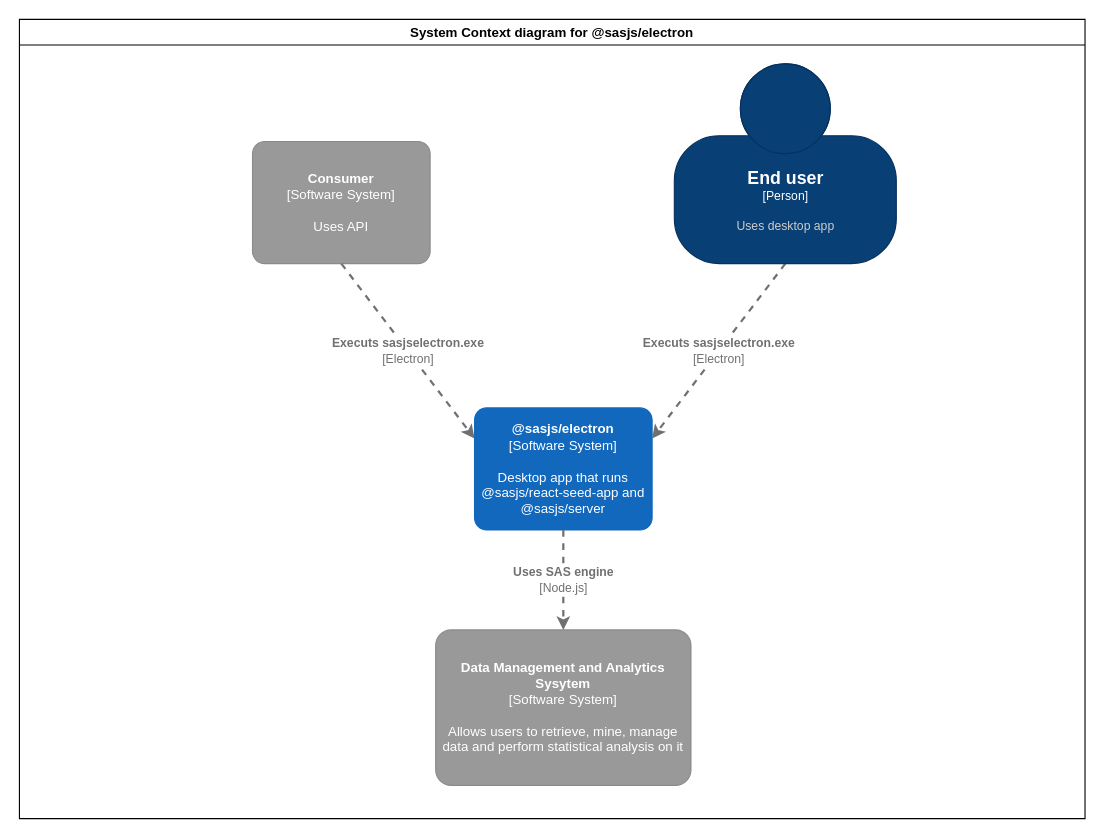
Earlier version of the draw.io diagram page "Context" (2 of 3) of c4model.drawio (sasjs/electron). Source tidied: cells renumbered, new cells numbered last; positions are measured from the earlier drawing's top-left corner, leaving out a move shared by most shapes. Both pictures are drawn from the tidied source at 111%, with x=0, y=0 at pixel (19, 19).
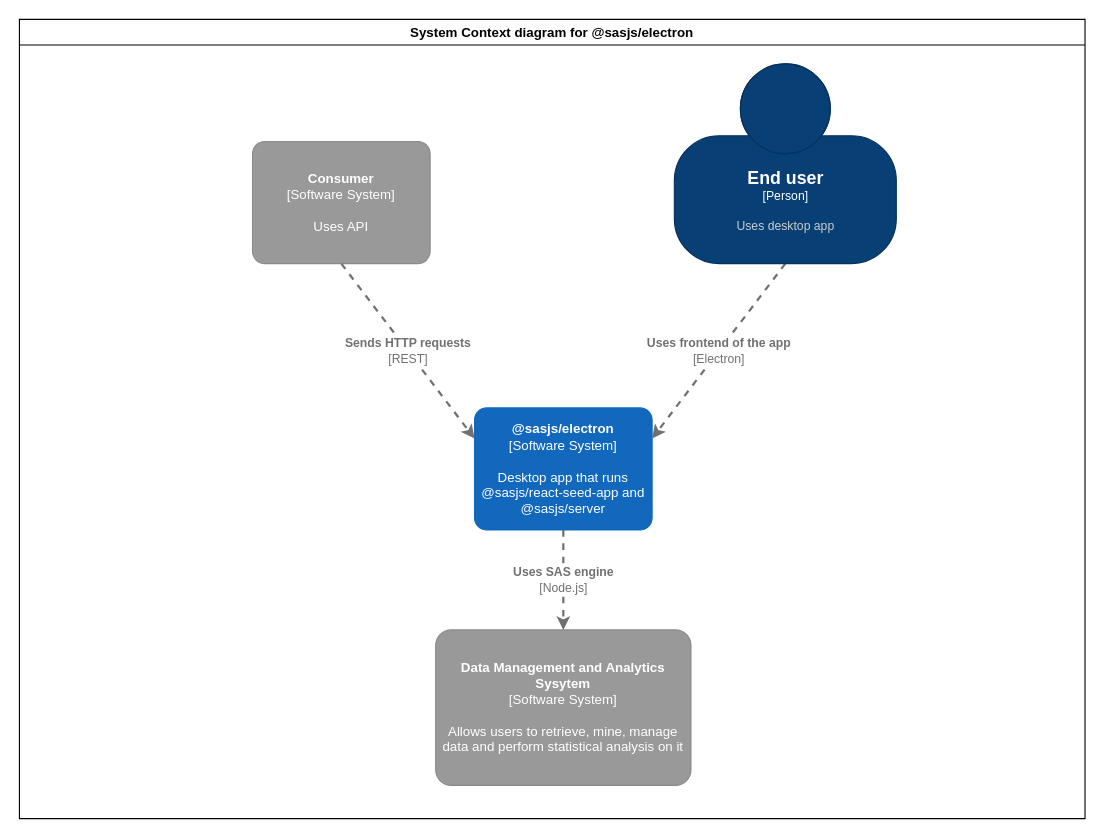
After the change.

Diff of the diagram source:
```diff
@@
 <mxGraphModel>
   <root>
     <mxCell id="0" />
     <mxCell id="1" parent="0" />
     <mxCell id="2" value="System Context diagram for @sasjs/electron" style="swimlane;" parent="1" vertex="1">
       <mxGeometry width="960" height="720" as="geometry" />
     </mxCell>
     <object id="3" label="&lt;b&gt;%c4Name%&lt;/b&gt;&lt;div&gt;[%c4Type%]&lt;/div&gt;&lt;br&gt;&lt;div&gt;%c4Description%&lt;/div&gt;" c4Description="Desktop app that runs @sasjs/react-seed-app and @sasjs/server" c4Name="@sasjs/electron" c4Type="Software System" placeholders="1">
       <mxCell style="rounded=1;whiteSpace=wrap;html=1;labelBackgroundColor=none;fillColor=#1168BD;fontColor=#ffffff;align=center;arcSize=10;strokeColor=#1168BD;metaData={&quot;c4Type&quot;:{&quot;editable&quot;:false}};points=[[0.25,0,0],[0.5,0,0],[0.75,0,0],[1,0.25,0],[1,0.5,0],[1,0.75,0],[0.75,1,0],[0.5,1,0],[0.25,1,0],[0,0.75,0],[0,0.5,0],[0,0.25,0]];" parent="2" vertex="1">
         <mxGeometry x="410" y="350" width="160" height="110" as="geometry" />
       </mxCell>
     </object>
-    <object id="4" label="&lt;div style=&quot;text-align: left&quot;&gt;&lt;div style=&quot;text-align: center&quot;&gt;&lt;b&gt;%c4Description%&lt;/b&gt;&lt;/div&gt;&lt;div style=&quot;text-align: center&quot;&gt;[%c4Technology%]&lt;/div&gt;&lt;/div&gt;" c4Description="Executs sasjselectron.exe" c4Technology="Electron" placeholders="1">
+    <object id="4" label="&lt;div style=&quot;text-align: left&quot;&gt;&lt;div style=&quot;text-align: center&quot;&gt;&lt;b&gt;%c4Description%&lt;/b&gt;&lt;/div&gt;&lt;div style=&quot;text-align: center&quot;&gt;[%c4Technology%]&lt;/div&gt;&lt;/div&gt;" c4Description="Uses frontend of the app" c4Technology="Electron" placeholders="1">
       <mxCell style="edgeStyle=none;rounded=0;html=1;jettySize=auto;strokeColor=#707070;strokeWidth=2;fontColor=#707070;jumpStyle=none;dashed=1;metaData={&quot;c4Type&quot;:{&quot;editable&quot;:false}};exitX=0.5;exitY=1;exitDx=0;exitDy=0;exitPerimeter=0;entryX=1;entryY=0.25;entryDx=0;entryDy=0;entryPerimeter=0;" parent="2" edge="1" source="5" target="3">
         <mxGeometry relative="1" as="geometry" />
       </mxCell>
     </object>
     <object id="5" label="&lt;font style=&quot;font-size: 16px&quot;&gt;&lt;b&gt;%c4Name%&lt;/b&gt;&lt;/font&gt;&lt;div&gt;[%c4Type%]&lt;/div&gt;&lt;br&gt;&lt;div&gt;&lt;font style=&quot;font-size: 11px&quot;&gt;&lt;font color=&quot;#cccccc&quot;&gt;%c4Description%&lt;/font&gt;&lt;/div&gt;" c4Description="Uses desktop app" c4Name="End user" c4Type="Person" placeholders="1">
       <mxCell style="html=1;fontSize=11;dashed=0;whitespace=wrap;fillColor=#083F75;strokeColor=#06315C;fontColor=#ffffff;shape=mxgraph.c4.person2;align=center;points=[[0.5,0,0],[1,0.5,0],[1,0.75,0],[0.75,1,0],[0.5,1,0],[0.25,1,0],[0,0.75,0],[0,0.5,0]];" parent="2" vertex="1">
         <mxGeometry x="590" y="40" width="200" height="180" as="geometry" />
       </mxCell>
     </object>
     <object id="6" label="&lt;b&gt;%c4Name%&lt;/b&gt;&lt;div&gt;[%c4Type%]&lt;/div&gt;&lt;br&gt;&lt;div&gt;%c4Description%&lt;/div&gt;" c4Description="Uses API" c4Name="Consumer" c4Type="Software System" placeholders="1">
       <mxCell style="rounded=1;whiteSpace=wrap;html=1;labelBackgroundColor=none;fillColor=#999999;fontColor=#ffffff;align=center;arcSize=10;strokeColor=#8A8A8A;metaData={&quot;c4Type&quot;:{&quot;editable&quot;:false}};points=[[0.25,0,0],[0.5,0,0],[0.75,0,0],[1,0.25,0],[1,0.5,0],[1,0.75,0],[0.75,1,0],[0.5,1,0],[0.25,1,0],[0,0.75,0],[0,0.5,0],[0,0.25,0]];" parent="2" vertex="1">
         <mxGeometry x="210" y="110" width="160" height="110" as="geometry" />
       </mxCell>
     </object>
-    <object id="7" label="&lt;div style=&quot;text-align: left&quot;&gt;&lt;div style=&quot;text-align: center&quot;&gt;&lt;b&gt;%c4Description%&lt;/b&gt;&lt;/div&gt;&lt;div style=&quot;text-align: center&quot;&gt;[%c4Technology%]&lt;/div&gt;&lt;/div&gt;" c4Description="Executs sasjselectron.exe" c4Technology="Electron" placeholders="1">
+    <object id="7" label="&lt;div style=&quot;text-align: left&quot;&gt;&lt;div style=&quot;text-align: center&quot;&gt;&lt;b&gt;%c4Description%&lt;/b&gt;&lt;/div&gt;&lt;div style=&quot;text-align: center&quot;&gt;[%c4Technology%]&lt;/div&gt;&lt;/div&gt;" c4Description="Sends HTTP requests" c4Technology="REST" placeholders="1">
       <mxCell style="edgeStyle=none;rounded=0;html=1;jettySize=auto;strokeColor=#707070;strokeWidth=2;fontColor=#707070;jumpStyle=none;dashed=1;metaData={&quot;c4Type&quot;:{&quot;editable&quot;:false}};entryX=0;entryY=0.25;entryDx=0;entryDy=0;entryPerimeter=0;exitX=0.5;exitY=1;exitDx=0;exitDy=0;exitPerimeter=0;" parent="2" edge="1" source="6" target="3">
         <mxGeometry relative="1" as="geometry" />
       </mxCell>
     </object>
     <object id="8" label="&lt;b&gt;%c4Name%&lt;/b&gt;&lt;div&gt;[%c4Type%]&lt;/div&gt;&lt;br&gt;&lt;div&gt;%c4Description%&lt;/div&gt;" c4Description="Allows users to retrieve, mine, manage data and perform statistical analysis on it" c4Name="Data Management and Analytics Sysytem" c4Type="Software System" placeholders="1">
       <mxCell style="rounded=1;whiteSpace=wrap;html=1;labelBackgroundColor=none;fillColor=#999999;fontColor=#ffffff;align=center;arcSize=10;strokeColor=#8A8A8A;metaData={&quot;c4Type&quot;:{&quot;editable&quot;:false}};points=[[0.25,0,0],[0.5,0,0],[0.75,0,0],[1,0.25,0],[1,0.5,0],[1,0.75,0],[0.75,1,0],[0.5,1,0],[0.25,1,0],[0,0.75,0],[0,0.5,0],[0,0.25,0]];" parent="2" vertex="1">
         <mxGeometry x="375" y="550" width="230" height="140" as="geometry" />
       </mxCell>
     </object>
     <object id="9" label="&lt;div style=&quot;text-align: left&quot;&gt;&lt;div style=&quot;text-align: center&quot;&gt;&lt;b&gt;%c4Description%&lt;/b&gt;&lt;/div&gt;&lt;div style=&quot;text-align: center&quot;&gt;[%c4Technology%]&lt;/div&gt;&lt;/div&gt;" c4Description="Uses SAS engine" c4Technology="Node.js" placeholders="1">
       <mxCell style="edgeStyle=none;rounded=0;html=1;jettySize=auto;strokeColor=#707070;strokeWidth=2;fontColor=#707070;jumpStyle=none;dashed=1;metaData={&quot;c4Type&quot;:{&quot;editable&quot;:false}};exitX=0.5;exitY=1;exitDx=0;exitDy=0;exitPerimeter=0;entryX=0.5;entryY=0;entryDx=0;entryDy=0;entryPerimeter=0;" parent="2" edge="1" source="3" target="8">
         <mxGeometry relative="1" as="geometry" />
       </mxCell>
     </object>
   </root>
 </mxGraphModel>
```
